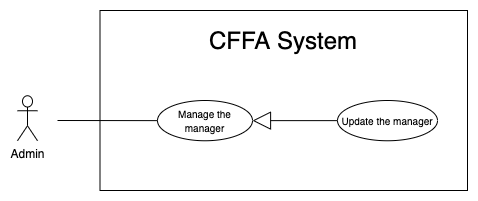
The draw.io diagram Users/HuuDN/UsecaseDiagram/Admin/Overview-UpdateManager.png in luannmdev/CapstoneDocument, before a commit. Source tidied: cells renumbered, new cells last; positions are measured from the earlier drawing's top-left corner, leaving out a move shared by most shapes. Its diagram source:
```xml
<mxGraphModel>
  <root>
    <mxCell id="0" />
    <mxCell id="1" parent="0" />
    <mxCell id="2" style="rounded=0;whiteSpace=wrap;html=1;" parent="1" vertex="1">
      <mxGeometry x="82.5" width="367.5" height="180" as="geometry" />
    </mxCell>
    <mxCell id="3" value="&lt;span style=&quot;font-size: 24px&quot;&gt;CFFA System&lt;/span&gt;" style="text;html=1;strokeColor=none;fillColor=none;align=center;verticalAlign=middle;whiteSpace=wrap;rounded=0;" parent="1" vertex="1">
      <mxGeometry x="101.2" y="20" width="330" height="20" as="geometry" />
    </mxCell>
    <mxCell id="4" value="Admin" style="shape=umlActor;verticalLabelPosition=bottom;verticalAlign=top;html=1;" parent="1" vertex="1">
      <mxGeometry y="85.2" width="20" height="45" as="geometry" />
    </mxCell>
    <mxCell id="5" value="&lt;font size=&quot;1&quot;&gt;Manage the manager&lt;/font&gt;" style="ellipse;whiteSpace=wrap;html=1;fillColor=#ffffff;gradientColor=none;" parent="1" vertex="1">
      <mxGeometry x="140" y="90" width="95" height="40.2" as="geometry" />
    </mxCell>
    <mxCell id="6" style="endArrow=none;html=1;rounded=0;" parent="1" edge="1" source="5">
      <mxGeometry relative="1" as="geometry">
        <mxPoint x="40" y="110" as="targetPoint" />
      </mxGeometry>
    </mxCell>
    <mxCell id="7" value="&lt;font style=&quot;font-size: 10px&quot;&gt;Update the manager&lt;br&gt;&lt;/font&gt;" style="ellipse;whiteSpace=wrap;html=1;fillColor=#ffffff;gradientColor=none;" parent="1" vertex="1">
      <mxGeometry x="320" y="90" width="100" height="40.2" as="geometry" />
    </mxCell>
    <mxCell id="8" style="endArrow=block;endSize=16;endFill=0;html=1;entryX=1;entryY=0.5;entryDx=0;entryDy=0;exitX=0;exitY=0.5;exitDx=0;exitDy=0;" parent="1" edge="1" source="7" target="5">
      <mxGeometry relative="1" as="geometry" />
    </mxCell>
  </root>
</mxGraphModel>
```
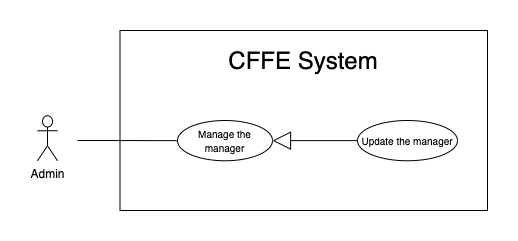
The same file after the commit.

The edit, as a diff of the source:
```diff
@@ -5,7 +5,7 @@
     <mxCell id="2" style="rounded=0;whiteSpace=wrap;html=1;" parent="1" vertex="1">
       <mxGeometry x="82.5" width="367.5" height="180" as="geometry" />
     </mxCell>
-    <mxCell id="3" value="&lt;span style=&quot;font-size: 24px&quot;&gt;CFFA System&lt;/span&gt;" style="text;html=1;strokeColor=none;fillColor=none;align=center;verticalAlign=middle;whiteSpace=wrap;rounded=0;" parent="1" vertex="1">
+    <mxCell id="3" value="&lt;span style=&quot;font-size: 24px&quot;&gt;CFFE System&lt;/span&gt;" style="text;html=1;strokeColor=none;fillColor=none;align=center;verticalAlign=middle;whiteSpace=wrap;rounded=0;" parent="1" vertex="1">
       <mxGeometry x="101.2" y="20" width="330" height="20" as="geometry" />
     </mxCell>
     <mxCell id="4" value="Admin" style="shape=umlActor;verticalLabelPosition=bottom;verticalAlign=top;html=1;" parent="1" vertex="1">
```
